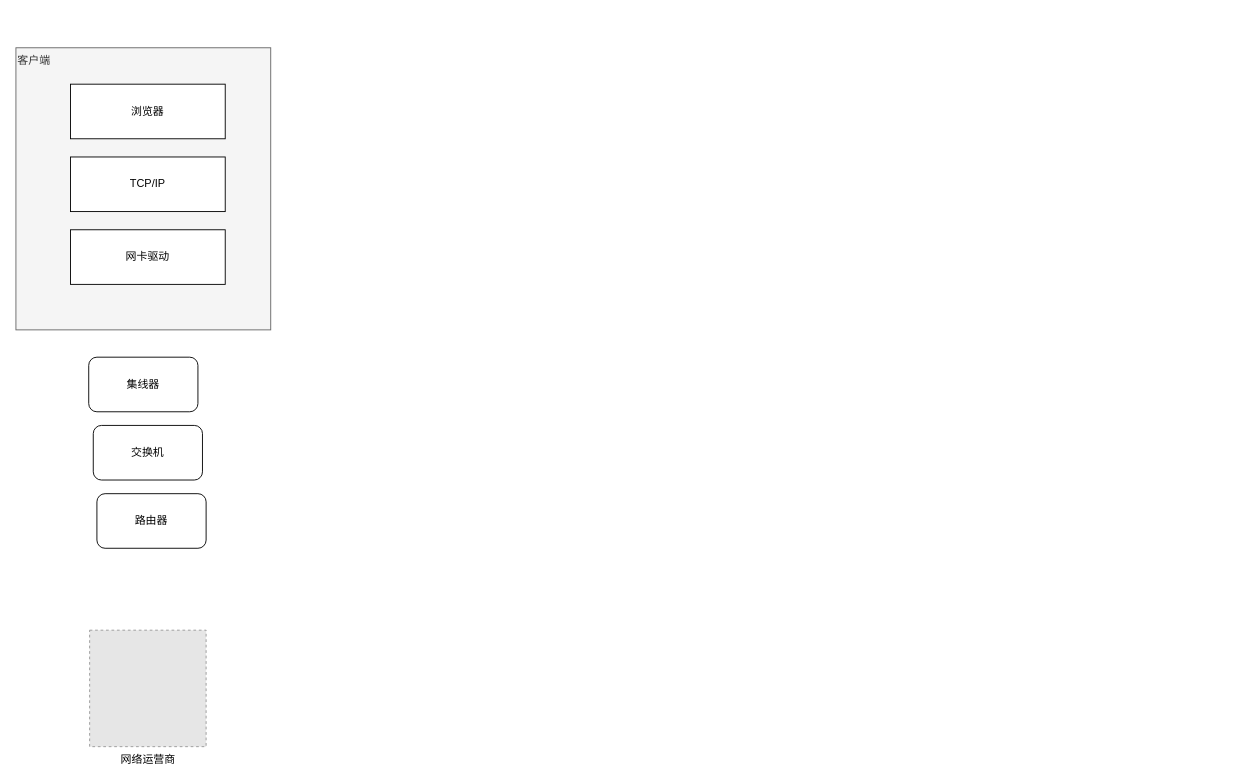
The draw.io diagram resource/简明网络通信架构图.drawio in moxingwang/Java-IO, before the edit. Source tidied: cells renumbered, new cells numbered last; positions are measured from the earlier drawing's top-left corner, leaving out a move shared by most shapes. Both pictures are drawn from the tidied source at 91%, with x=0, y=0 at pixel (15, 47). Pictures stored in the file or linked from it are replaced by grey dashed boxes.
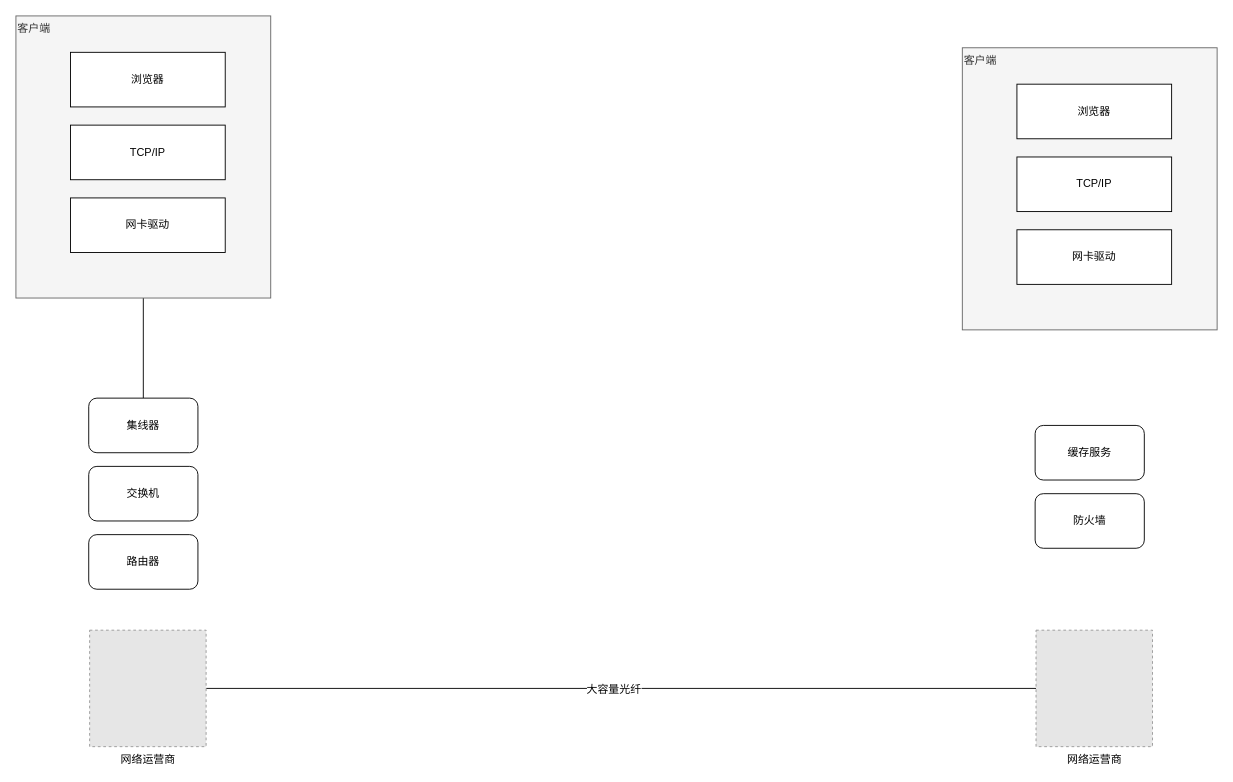
Above is the later version.

Change to the diagram source:
```diff
@@
 <mxGraphModel>
   <root>
     <mxCell id="0" />
     <mxCell id="1" parent="0" />
+    <mxCell id="10" style="edgeStyle=orthogonalEdgeStyle;rounded=0;jettySize=auto;html=1;endArrow=none;endFill=0;" parent="1" edge="1" source="2" target="7">
+      <mxGeometry relative="1" as="geometry" />
+    </mxCell>
     <mxCell id="2" value="客户端" style="rounded=0;whiteSpace=wrap;html=1;align=left;verticalAlign=top;fillColor=#f5f5f5;strokeColor=#666666;fontColor=#333333;" parent="1" vertex="1">
-      <mxGeometry width="280" height="310" as="geometry" />
+      <mxGeometry y="-35" width="280" height="310" as="geometry" />
     </mxCell>
     <mxCell id="3" value="浏览器" style="rounded=0;whiteSpace=wrap;html=1;align=center;" parent="1" vertex="1">
-      <mxGeometry x="60" y="40" width="170" height="60" as="geometry" />
+      <mxGeometry x="60" y="5" width="170" height="60" as="geometry" />
     </mxCell>
     <mxCell id="4" value="TCP/IP" style="rounded=0;whiteSpace=wrap;html=1;align=center;" parent="1" vertex="1">
-      <mxGeometry x="60" y="120" width="170" height="60" as="geometry" />
+      <mxGeometry x="60" y="85" width="170" height="60" as="geometry" />
     </mxCell>
     <mxCell id="5" value="网卡驱动" style="rounded=0;whiteSpace=wrap;html=1;align=center;" parent="1" vertex="1">
-      <mxGeometry x="60" y="200" width="170" height="60" as="geometry" />
+      <mxGeometry x="60" y="165" width="170" height="60" as="geometry" />
     </mxCell>
     <mxCell id="6" value="路由器" style="rounded=1;whiteSpace=wrap;html=1;align=center;" parent="1" vertex="1">
-      <mxGeometry x="89" y="490" width="120" height="60" as="geometry" />
+      <mxGeometry x="80" y="535" width="120" height="60" as="geometry" />
     </mxCell>
     <mxCell id="7" value="集线器" style="rounded=1;whiteSpace=wrap;html=1;align=center;" parent="1" vertex="1">
-      <mxGeometry x="80" y="340" width="120" height="60" as="geometry" />
+      <mxGeometry x="80" y="385" width="120" height="60" as="geometry" />
     </mxCell>
+    <mxCell id="11" style="edgeStyle=orthogonalEdgeStyle;rounded=0;jettySize=auto;html=1;endArrow=none;endFill=0;" parent="1" edge="1" source="8" target="18">
+      <mxGeometry relative="1" as="geometry" />
+    </mxCell>
+    <mxCell id="12" value="大容量光纤" style="text;html=1;align=center;verticalAlign=middle;labelBackgroundColor=#ffffff;" parent="11" vertex="1">
+      <mxGeometry x="-0.02" y="-1" relative="1" as="geometry" />
+    </mxCell>
     <mxCell id="8" value="网络运营商" style="fillColor=#E6E6E6;strokeColor=#999999;dashed=1;html=1;verticalAlign=top;verticalLabelPosition=bottom;labelBackgroundColor=#ffffff;align=center;" parent="1" vertex="1">
       <mxGeometry x="81" y="640" width="128" height="128" as="geometry" />
     </mxCell>
     <mxCell id="9" value="交换机" style="rounded=1;whiteSpace=wrap;html=1;align=center;" parent="1" vertex="1">
-      <mxGeometry x="85" y="415" width="120" height="60" as="geometry" />
+      <mxGeometry x="80" y="460" width="120" height="60" as="geometry" />
     </mxCell>
+    <mxCell id="13" value="客户端" style="rounded=0;whiteSpace=wrap;html=1;align=left;verticalAlign=top;fillColor=#f5f5f5;strokeColor=#666666;fontColor=#333333;" parent="1" vertex="1">
+      <mxGeometry x="1040" width="280" height="310" as="geometry" />
+    </mxCell>
+    <mxCell id="14" value="浏览器" style="rounded=0;whiteSpace=wrap;html=1;align=center;" parent="1" vertex="1">
+      <mxGeometry x="1100" y="40" width="170" height="60" as="geometry" />
+    </mxCell>
+    <mxCell id="15" value="TCP/IP" style="rounded=0;whiteSpace=wrap;html=1;align=center;" parent="1" vertex="1">
+      <mxGeometry x="1100" y="120" width="170" height="60" as="geometry" />
+    </mxCell>
+    <mxCell id="16" value="网卡驱动" style="rounded=0;whiteSpace=wrap;html=1;align=center;" parent="1" vertex="1">
+      <mxGeometry x="1100" y="200" width="170" height="60" as="geometry" />
+    </mxCell>
+    <mxCell id="17" value="防火墙" style="rounded=1;whiteSpace=wrap;html=1;align=center;" parent="1" vertex="1">
+      <mxGeometry x="1120" y="490" width="120" height="60" as="geometry" />
+    </mxCell>
+    <mxCell id="18" value="网络运营商" style="fillColor=#E6E6E6;strokeColor=#999999;dashed=1;html=1;verticalAlign=top;verticalLabelPosition=bottom;labelBackgroundColor=#ffffff;align=center;" parent="1" vertex="1">
+      <mxGeometry x="1121" y="640" width="128" height="128" as="geometry" />
+    </mxCell>
+    <mxCell id="19" value="缓存服务" style="rounded=1;whiteSpace=wrap;html=1;align=center;" parent="1" vertex="1">
+      <mxGeometry x="1120" y="415" width="120" height="60" as="geometry" />
+    </mxCell>
   </root>
 </mxGraphModel>
```
